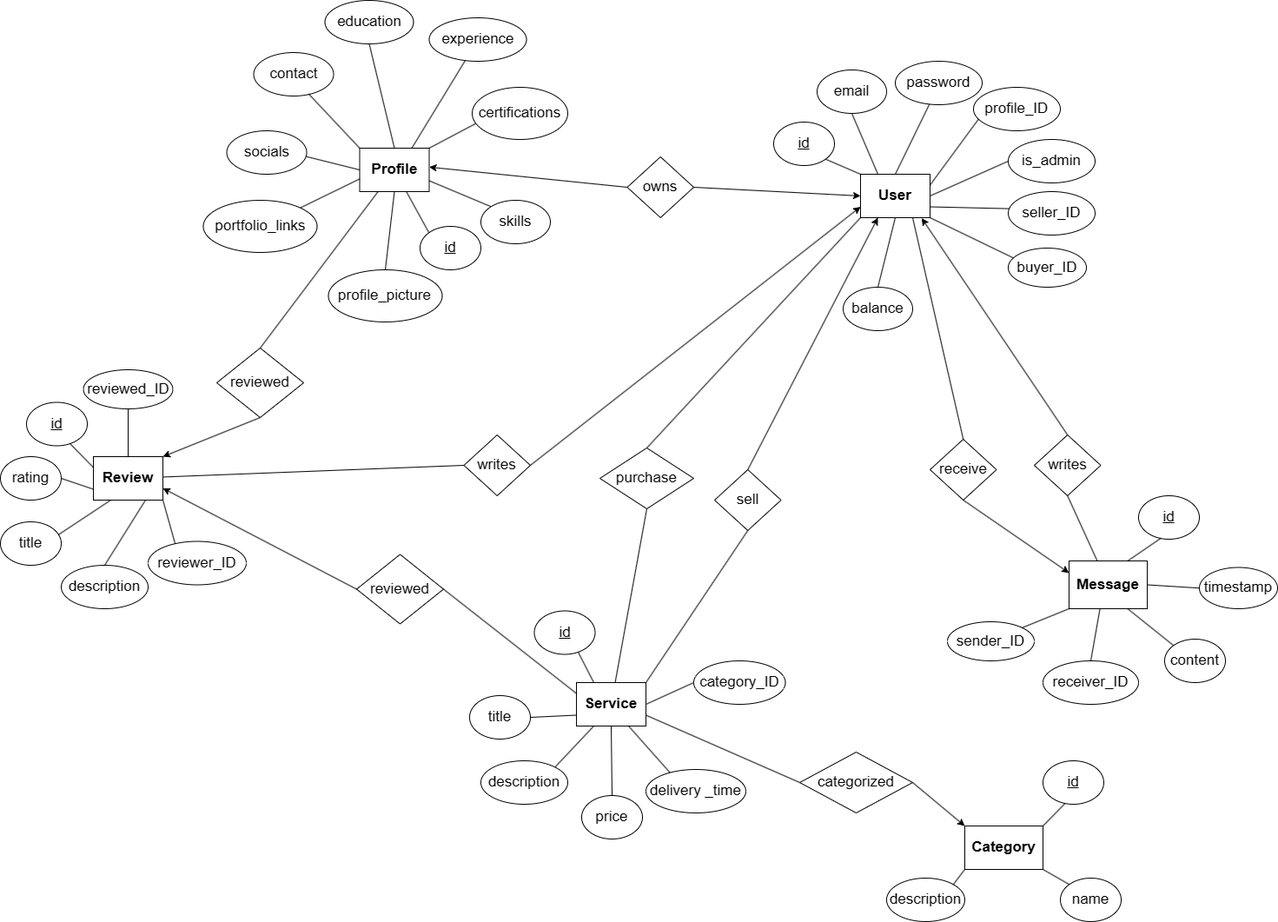
zsiza/JobCompass keeps this draw.io diagram as M2/E-K diagram.png. Above is the earlier version. Source tidied: cells renumbered, new cells last; positions are measured from the earlier drawing's top-left corner, leaving out a move shared by most shapes.
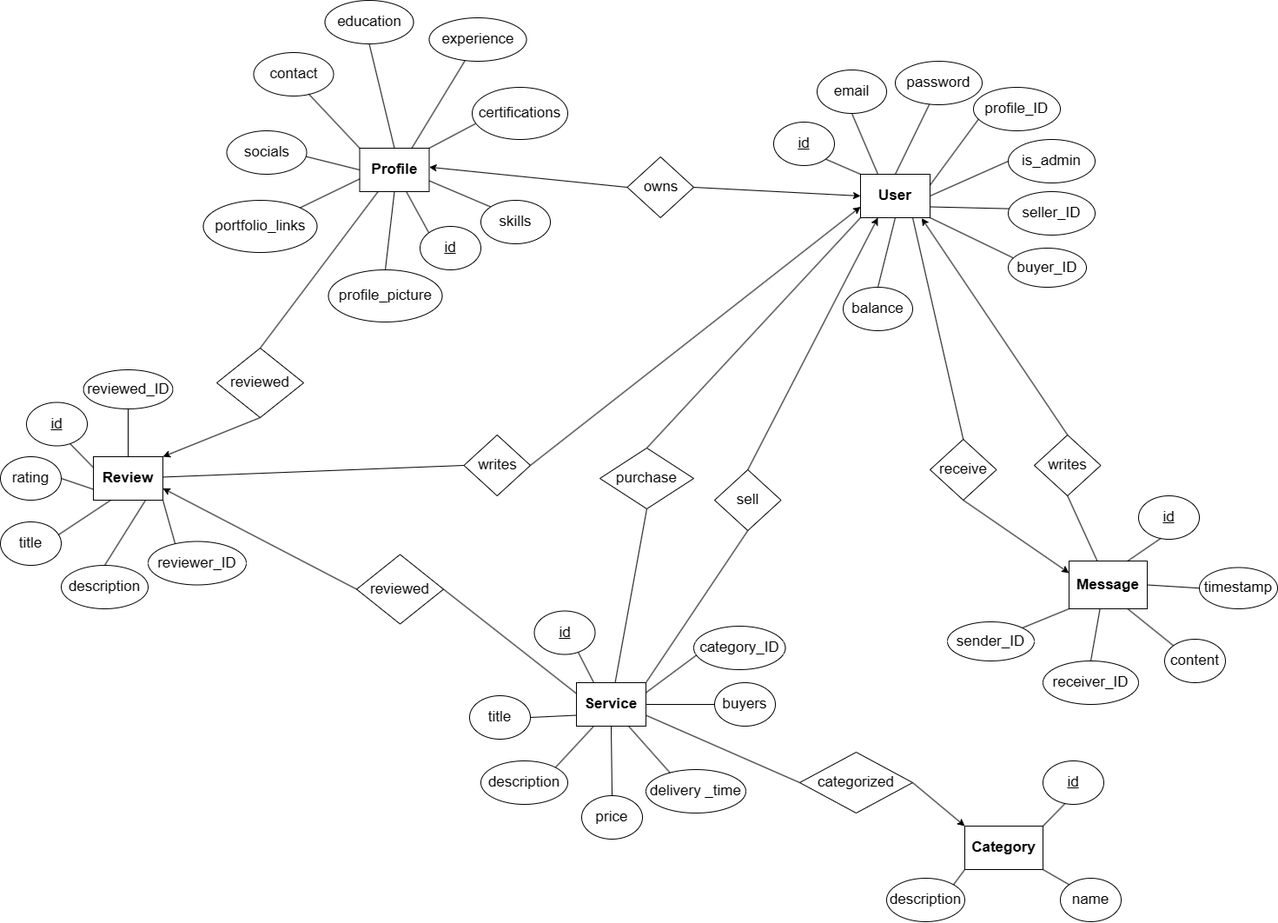
Above is the later version.

Commit message:
E-K diagram frissítése

Diff of the diagram source:
```diff
@@ -150,9 +150,9 @@
       <mxGeometry relative="1" as="geometry" />
     </mxCell>
     <mxCell id="51" value="&lt;font style=&quot;font-size: 17px;&quot;&gt;category_ID&lt;/font&gt;" style="ellipse;whiteSpace=wrap;html=1;" parent="1" vertex="1">
-      <mxGeometry x="798" y="760" width="105.5" height="50" as="geometry" />
+      <mxGeometry x="798" y="720" width="105.5" height="50" as="geometry" />
     </mxCell>
-    <mxCell id="52" style="rounded=0;jettySize=auto;html=1;exitX=0;exitY=0.5;exitDx=0;exitDy=0;endArrow=none;endFill=0;entryX=1;entryY=0.5;entryDx=0;entryDy=0;" parent="1" edge="1" source="51" target="40">
+    <mxCell id="52" style="rounded=0;jettySize=auto;html=1;exitX=0.028;exitY=0.67;exitDx=0;exitDy=0;endArrow=none;endFill=0;entryX=1.004;entryY=0.225;entryDx=0;entryDy=0;entryPerimeter=0;exitPerimeter=0;" parent="1" edge="1" source="51" target="40">
       <mxGeometry relative="1" as="geometry" />
     </mxCell>
     <mxCell id="53" style="rounded=0;jettySize=auto;html=1;entryX=0;entryY=0.5;entryDx=0;entryDy=0;endArrow=none;endFill=0;" parent="1" edge="1" source="54" target="70">
@@ -323,5 +323,11 @@
     <mxCell id="108" style="rounded=0;jettySize=auto;html=1;entryX=0;entryY=0.5;entryDx=0;entryDy=0;exitX=1;exitY=0.5;exitDx=0;exitDy=0;" parent="1" edge="1" source="106" target="22">
       <mxGeometry relative="1" as="geometry" />
     </mxCell>
+    <mxCell id="109" style="rounded=0;jettySize=auto;html=1;entryX=1;entryY=0.5;entryDx=0;entryDy=0;endArrow=none;endFill=0;exitX=0;exitY=0.5;exitDx=0;exitDy=0;" parent="1" edge="1" source="110" target="40">
+      <mxGeometry relative="1" as="geometry" />
+    </mxCell>
+    <mxCell id="110" value="&lt;font style=&quot;font-size: 17px;&quot;&gt;buyers&lt;/font&gt;" style="ellipse;whiteSpace=wrap;html=1;" parent="1" vertex="1">
+      <mxGeometry x="822" y="785" width="70" height="50" as="geometry" />
+    </mxCell>
   </root>
 </mxGraphModel>
```
